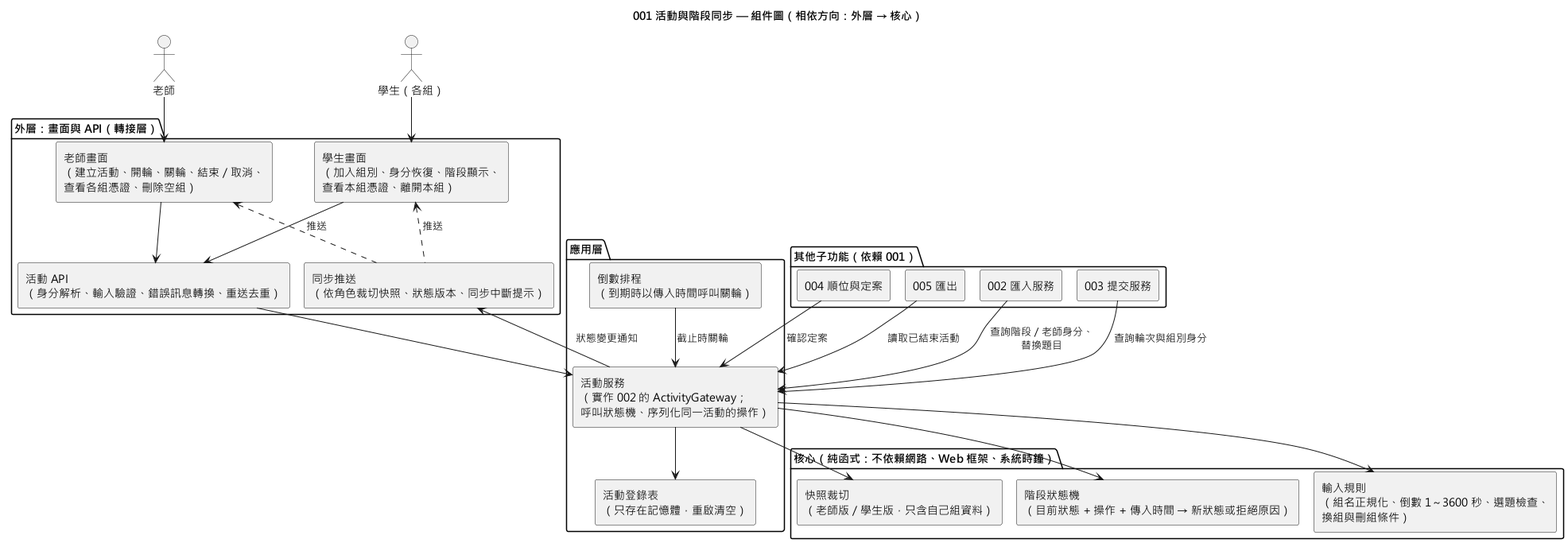
Earlier version of the PlantUML export diagrams/001-activity-session-component.png (EricC430/lecture-answer-first_group16_speckit). The source it was exported from:
```plantuml
@startuml 001-activity-session-component
!pragma layout smetana
skinparam defaultFontName "Microsoft JhengHei"
skinparam componentStyle rectangle
title 001 活動與階段同步 — 組件圖（相依方向：外層 → 核心）

actor "老師" as Teacher
actor "學生（各組）" as Student

package "外層：畫面與 API（轉接層）" {
  [老師畫面\n（建立活動、開輪、關輪、結束／取消、\n查看各組憑證、刪除空組）] as TeacherUI
  [學生畫面\n（加入組別、身分恢復、階段顯示、\n查看本組憑證、離開本組）] as StudentUI
  [活動 API\n（身分解析、輸入驗證、錯誤訊息轉換、重送去重）] as Api
  [同步推送\n（依角色裁切快照、狀態版本、同步中斷提示）] as Sync
}

package "應用層" {
  [活動服務\n（實作 002 的 ActivityGateway；\n呼叫狀態機、序列化同一活動的操作）] as Service
  [倒數排程\n（到期時以傳入時間呼叫關輪）] as Timer
  [活動登錄表\n（只存在記憶體，重啟清空）] as Registry
}

package "核心（純函式：不依賴網路、Web 框架、系統時鐘）" {
  [階段狀態機\n（目前狀態 + 操作 + 傳入時間 → 新狀態或拒絕原因）] as StateMachine
  [輸入規則\n（組名正規化、倒數 1～3600 秒、選題檢查、\n換組與刪組條件）] as Rules
  [快照裁切\n（老師版／學生版，只含自己組資料）] as View
}

package "其他子功能（依賴 001）" {
  [002 匯入服務] as Import
  [003 提交服務] as Submit
  [004 順位與定案] as Ranking
  [005 匯出] as Export
}

Teacher --> TeacherUI
Student --> StudentUI
TeacherUI --> Api
StudentUI --> Api
TeacherUI <.. Sync : 推送
StudentUI <.. Sync : 推送
Api --> Service
Timer --> Service : 截止時關輪
Service --> Registry
Service --> StateMachine
Service --> Rules
Service --> View
Service --> Sync : 狀態變更通知
Import --> Service : 查詢階段／老師身分、\n替換題目
Submit --> Service : 查詢輪次與組別身分
Ranking --> Service : 確認定案
Export --> Service : 讀取已結束活動
@enduml
```
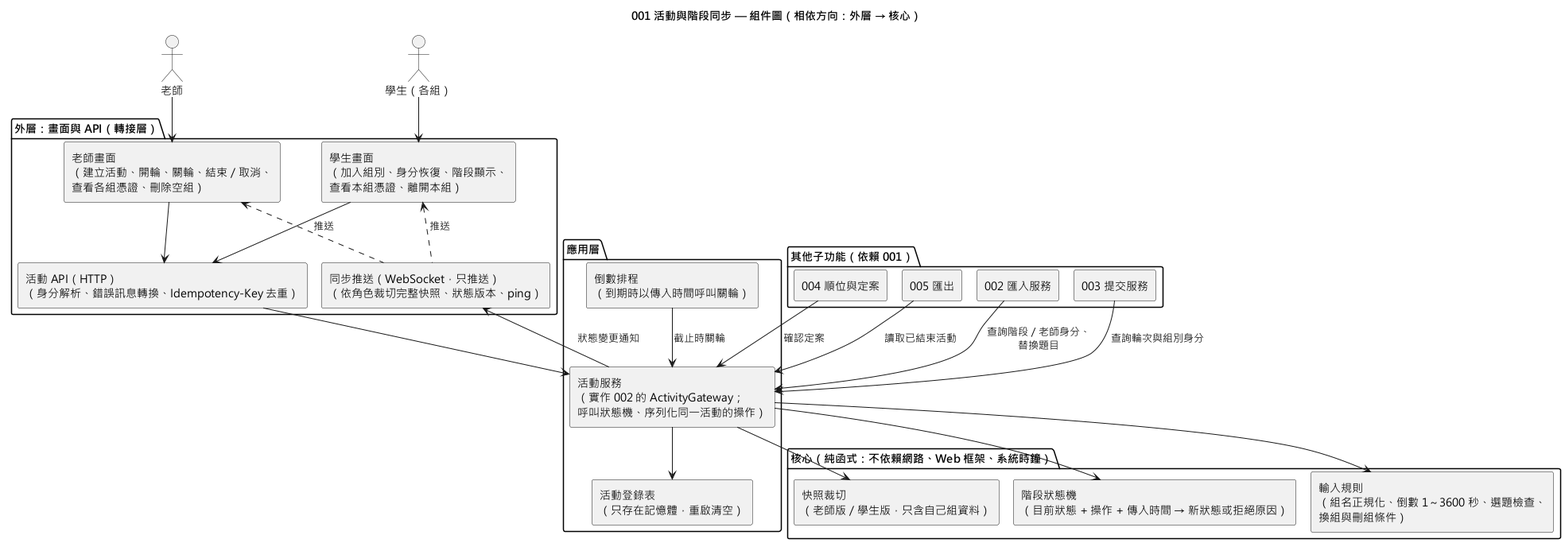
After the commit.

Commit message:
docs: add 001-activity-session implementation plan

Change to the diagram source:
```diff
@@ -10,8 +10,8 @@
 package "外層：畫面與 API（轉接層）" {
   [老師畫面\n（建立活動、開輪、關輪、結束／取消、\n查看各組憑證、刪除空組）] as TeacherUI
   [學生畫面\n（加入組別、身分恢復、階段顯示、\n查看本組憑證、離開本組）] as StudentUI
-  [活動 API\n（身分解析、輸入驗證、錯誤訊息轉換、重送去重）] as Api
-  [同步推送\n（依角色裁切快照、狀態版本、同步中斷提示）] as Sync
+  [活動 API（HTTP）\n（身分解析、錯誤訊息轉換、Idempotency-Key 去重）] as Api
+  [同步推送（WebSocket，只推送）\n（依角色裁切完整快照、狀態版本、ping）] as Sync
 }
 
 package "應用層" {
```
